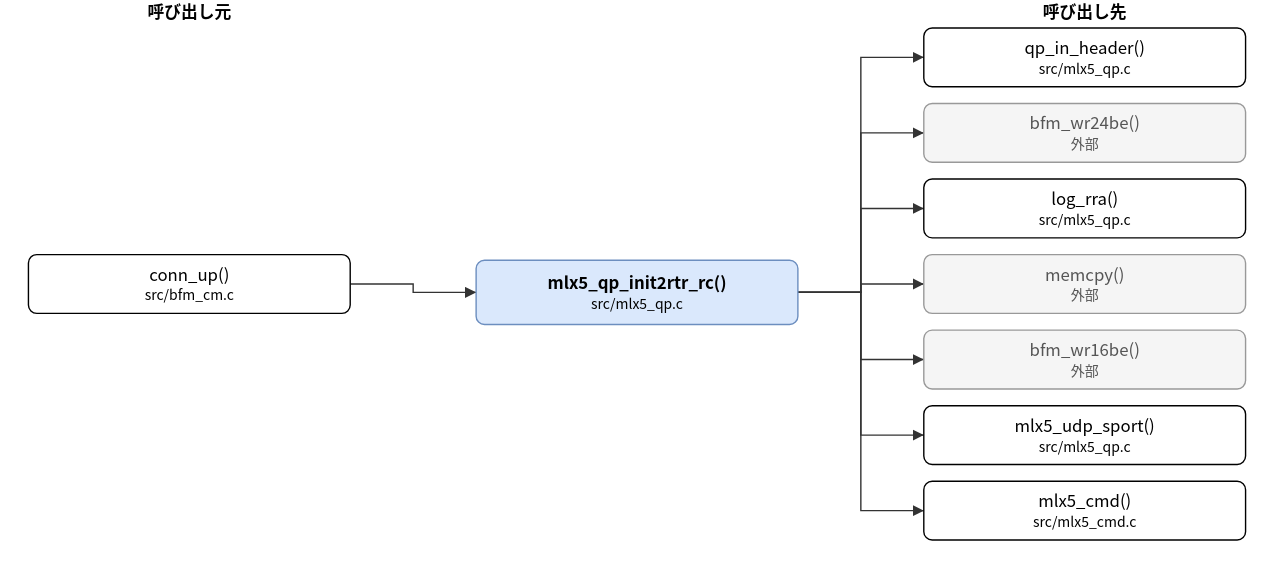
Before: doc/spec/images/call_src_mlx5_qp-mlx5_qp_init2rtr_rc.drawio.svg, a diagram exported from draw.io (hf355051012-ai/bfmem). Source tidied: cells renumbered, new cells last; positions are measured from the earlier drawing's top-left corner, leaving out a move shared by most shapes. Its diagram source:
```xml
<mxGraphModel>
  <root>
    <mxCell id="0" />
    <mxCell id="1" parent="0" />
    <mxCell id="2" value="mlx5_qp_init2rtr_rc()&lt;br&gt;&lt;font style=&quot;font-size:10px&quot;&gt;src/mlx5_qp.c&lt;/font&gt;" style="rounded=1;whiteSpace=wrap;html=1;fillColor=#dae8fc;strokeColor=#6c8ebf;fontStyle=1;" parent="1" vertex="1">
      <mxGeometry x="320" y="186" width="230" height="46" as="geometry" />
    </mxCell>
    <mxCell id="3" value="conn_up()&lt;br&gt;&lt;font style=&quot;font-size:10px&quot;&gt;src/bfm_cm.c&lt;/font&gt;" style="rounded=1;whiteSpace=wrap;html=1;" parent="1" vertex="1">
      <mxGeometry y="182" width="230" height="42" as="geometry" />
    </mxCell>
    <mxCell id="4" value="qp_in_header()&lt;br&gt;&lt;font style=&quot;font-size:10px&quot;&gt;src/mlx5_qp.c&lt;/font&gt;" style="rounded=1;whiteSpace=wrap;html=1;" parent="1" vertex="1">
      <mxGeometry x="640" y="20" width="230" height="42" as="geometry" />
    </mxCell>
    <mxCell id="5" value="bfm_wr24be()&lt;br&gt;&lt;font style=&quot;font-size:10px&quot;&gt;外部&lt;/font&gt;" style="rounded=1;whiteSpace=wrap;html=1;fillColor=#f5f5f5;strokeColor=#999999;fontColor=#555555;" parent="1" vertex="1">
      <mxGeometry x="640" y="74" width="230" height="42" as="geometry" />
    </mxCell>
    <mxCell id="6" value="log_rra()&lt;br&gt;&lt;font style=&quot;font-size:10px&quot;&gt;src/mlx5_qp.c&lt;/font&gt;" style="rounded=1;whiteSpace=wrap;html=1;" parent="1" vertex="1">
      <mxGeometry x="640" y="128" width="230" height="42" as="geometry" />
    </mxCell>
    <mxCell id="7" value="memcpy()&lt;br&gt;&lt;font style=&quot;font-size:10px&quot;&gt;外部&lt;/font&gt;" style="rounded=1;whiteSpace=wrap;html=1;fillColor=#f5f5f5;strokeColor=#999999;fontColor=#555555;" parent="1" vertex="1">
      <mxGeometry x="640" y="182" width="230" height="42" as="geometry" />
    </mxCell>
    <mxCell id="8" value="bfm_wr16be()&lt;br&gt;&lt;font style=&quot;font-size:10px&quot;&gt;外部&lt;/font&gt;" style="rounded=1;whiteSpace=wrap;html=1;fillColor=#f5f5f5;strokeColor=#999999;fontColor=#555555;" parent="1" vertex="1">
      <mxGeometry x="640" y="236" width="230" height="42" as="geometry" />
    </mxCell>
    <mxCell id="9" value="mlx5_udp_sport()&lt;br&gt;&lt;font style=&quot;font-size:10px&quot;&gt;src/mlx5_qp.c&lt;/font&gt;" style="rounded=1;whiteSpace=wrap;html=1;" parent="1" vertex="1">
      <mxGeometry x="640" y="290" width="230" height="42" as="geometry" />
    </mxCell>
    <mxCell id="10" value="mlx5_cmd()&lt;br&gt;&lt;font style=&quot;font-size:10px&quot;&gt;src/mlx5_cmd.c&lt;/font&gt;" style="rounded=1;whiteSpace=wrap;html=1;" parent="1" vertex="1">
      <mxGeometry x="640" y="344" width="230" height="42" as="geometry" />
    </mxCell>
    <mxCell id="11" style="edgeStyle=none;html=1;rounded=0;endArrow=block;endFill=1;exitX=1.0000;exitY=0.5000;exitDx=0;exitDy=0;exitPerimeter=0;entryX=0.0000;entryY=0.5000;entryDx=0;entryDy=0;entryPerimeter=0;" parent="1" edge="1" source="3" target="2">
      <mxGeometry relative="1" as="geometry">
        <Array as="points">
          <mxPoint x="275" y="203" />
          <mxPoint x="275" y="209" />
        </Array>
      </mxGeometry>
    </mxCell>
    <mxCell id="12" style="edgeStyle=none;html=1;rounded=0;endArrow=block;endFill=1;exitX=1.0000;exitY=0.5000;exitDx=0;exitDy=0;exitPerimeter=0;entryX=0.0000;entryY=0.5000;entryDx=0;entryDy=0;entryPerimeter=0;" parent="1" edge="1" source="2" target="4">
      <mxGeometry relative="1" as="geometry">
        <Array as="points">
          <mxPoint x="595" y="209" />
          <mxPoint x="595" y="41" />
        </Array>
      </mxGeometry>
    </mxCell>
    <mxCell id="13" style="edgeStyle=none;html=1;rounded=0;endArrow=block;endFill=1;exitX=1.0000;exitY=0.5000;exitDx=0;exitDy=0;exitPerimeter=0;entryX=0.0000;entryY=0.5000;entryDx=0;entryDy=0;entryPerimeter=0;" parent="1" edge="1" source="2" target="5">
      <mxGeometry relative="1" as="geometry">
        <Array as="points">
          <mxPoint x="595" y="209" />
          <mxPoint x="595" y="95" />
        </Array>
      </mxGeometry>
    </mxCell>
    <mxCell id="14" style="edgeStyle=none;html=1;rounded=0;endArrow=block;endFill=1;exitX=1.0000;exitY=0.5000;exitDx=0;exitDy=0;exitPerimeter=0;entryX=0.0000;entryY=0.5000;entryDx=0;entryDy=0;entryPerimeter=0;" parent="1" edge="1" source="2" target="6">
      <mxGeometry relative="1" as="geometry">
        <Array as="points">
          <mxPoint x="595" y="209" />
          <mxPoint x="595" y="149" />
        </Array>
      </mxGeometry>
    </mxCell>
    <mxCell id="15" style="edgeStyle=none;html=1;rounded=0;endArrow=block;endFill=1;exitX=1.0000;exitY=0.5000;exitDx=0;exitDy=0;exitPerimeter=0;entryX=0.0000;entryY=0.5000;entryDx=0;entryDy=0;entryPerimeter=0;" parent="1" edge="1" source="2" target="7">
      <mxGeometry relative="1" as="geometry">
        <Array as="points">
          <mxPoint x="595" y="209" />
          <mxPoint x="595" y="203" />
        </Array>
      </mxGeometry>
    </mxCell>
    <mxCell id="16" style="edgeStyle=none;html=1;rounded=0;endArrow=block;endFill=1;exitX=1.0000;exitY=0.5000;exitDx=0;exitDy=0;exitPerimeter=0;entryX=0.0000;entryY=0.5000;entryDx=0;entryDy=0;entryPerimeter=0;" parent="1" edge="1" source="2" target="8">
      <mxGeometry relative="1" as="geometry">
        <Array as="points">
          <mxPoint x="595" y="209" />
          <mxPoint x="595" y="257" />
        </Array>
      </mxGeometry>
    </mxCell>
    <mxCell id="17" style="edgeStyle=none;html=1;rounded=0;endArrow=block;endFill=1;exitX=1.0000;exitY=0.5000;exitDx=0;exitDy=0;exitPerimeter=0;entryX=0.0000;entryY=0.5000;entryDx=0;entryDy=0;entryPerimeter=0;" parent="1" edge="1" source="2" target="9">
      <mxGeometry relative="1" as="geometry">
        <Array as="points">
          <mxPoint x="595" y="209" />
          <mxPoint x="595" y="311" />
        </Array>
      </mxGeometry>
    </mxCell>
    <mxCell id="18" style="edgeStyle=none;html=1;rounded=0;endArrow=block;endFill=1;exitX=1.0000;exitY=0.5000;exitDx=0;exitDy=0;exitPerimeter=0;entryX=0.0000;entryY=0.5000;entryDx=0;entryDy=0;entryPerimeter=0;" parent="1" edge="1" source="2" target="10">
      <mxGeometry relative="1" as="geometry">
        <Array as="points">
          <mxPoint x="595" y="209" />
          <mxPoint x="595" y="365" />
        </Array>
      </mxGeometry>
    </mxCell>
    <mxCell id="19" value="呼び出し元" style="text;html=1;align=center;fontStyle=1;" parent="1" vertex="1">
      <mxGeometry x="35" width="160" height="18" as="geometry" />
    </mxCell>
    <mxCell id="20" value="呼び出し先" style="text;html=1;align=center;fontStyle=1;" parent="1" vertex="1">
      <mxGeometry x="675" width="160" height="18" as="geometry" />
    </mxCell>
  </root>
</mxGraphModel>
```
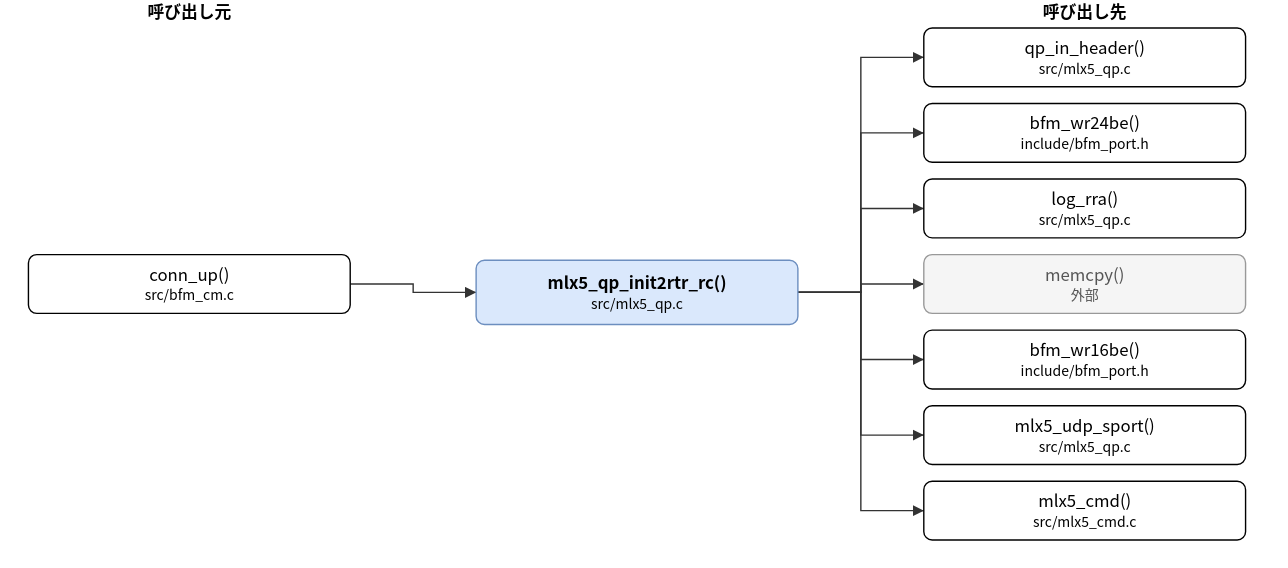
After the commit.

The edit, as a diff of the source:
```diff
@@ -11,7 +11,7 @@
     <mxCell id="4" value="qp_in_header()&lt;br&gt;&lt;font style=&quot;font-size:10px&quot;&gt;src/mlx5_qp.c&lt;/font&gt;" style="rounded=1;whiteSpace=wrap;html=1;" parent="1" vertex="1">
       <mxGeometry x="640" y="20" width="230" height="42" as="geometry" />
     </mxCell>
-    <mxCell id="5" value="bfm_wr24be()&lt;br&gt;&lt;font style=&quot;font-size:10px&quot;&gt;外部&lt;/font&gt;" style="rounded=1;whiteSpace=wrap;html=1;fillColor=#f5f5f5;strokeColor=#999999;fontColor=#555555;" parent="1" vertex="1">
+    <mxCell id="5" value="bfm_wr24be()&lt;br&gt;&lt;font style=&quot;font-size:10px&quot;&gt;include/bfm_port.h&lt;/font&gt;" style="rounded=1;whiteSpace=wrap;html=1;" parent="1" vertex="1">
       <mxGeometry x="640" y="74" width="230" height="42" as="geometry" />
     </mxCell>
     <mxCell id="6" value="log_rra()&lt;br&gt;&lt;font style=&quot;font-size:10px&quot;&gt;src/mlx5_qp.c&lt;/font&gt;" style="rounded=1;whiteSpace=wrap;html=1;" parent="1" vertex="1">
@@ -20,7 +20,7 @@
     <mxCell id="7" value="memcpy()&lt;br&gt;&lt;font style=&quot;font-size:10px&quot;&gt;外部&lt;/font&gt;" style="rounded=1;whiteSpace=wrap;html=1;fillColor=#f5f5f5;strokeColor=#999999;fontColor=#555555;" parent="1" vertex="1">
       <mxGeometry x="640" y="182" width="230" height="42" as="geometry" />
     </mxCell>
-    <mxCell id="8" value="bfm_wr16be()&lt;br&gt;&lt;font style=&quot;font-size:10px&quot;&gt;外部&lt;/font&gt;" style="rounded=1;whiteSpace=wrap;html=1;fillColor=#f5f5f5;strokeColor=#999999;fontColor=#555555;" parent="1" vertex="1">
+    <mxCell id="8" value="bfm_wr16be()&lt;br&gt;&lt;font style=&quot;font-size:10px&quot;&gt;include/bfm_port.h&lt;/font&gt;" style="rounded=1;whiteSpace=wrap;html=1;" parent="1" vertex="1">
       <mxGeometry x="640" y="236" width="230" height="42" as="geometry" />
     </mxCell>
     <mxCell id="9" value="mlx5_udp_sport()&lt;br&gt;&lt;font style=&quot;font-size:10px&quot;&gt;src/mlx5_qp.c&lt;/font&gt;" style="rounded=1;whiteSpace=wrap;html=1;" parent="1" vertex="1">
```
